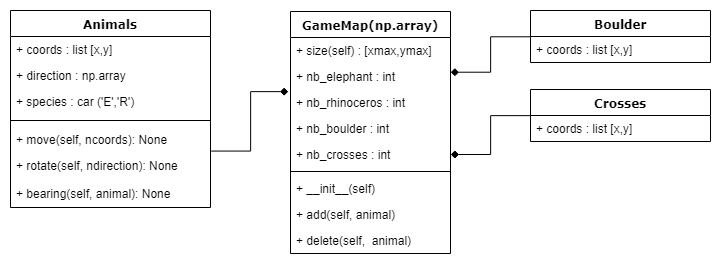
Above: Files/Siam.png in Teusner/Siam_Realm (draw.io), before the change. Source tidied: cells renumbered, new cells last; positions are measured from the earlier drawing's top-left corner, leaving out a move shared by most shapes.
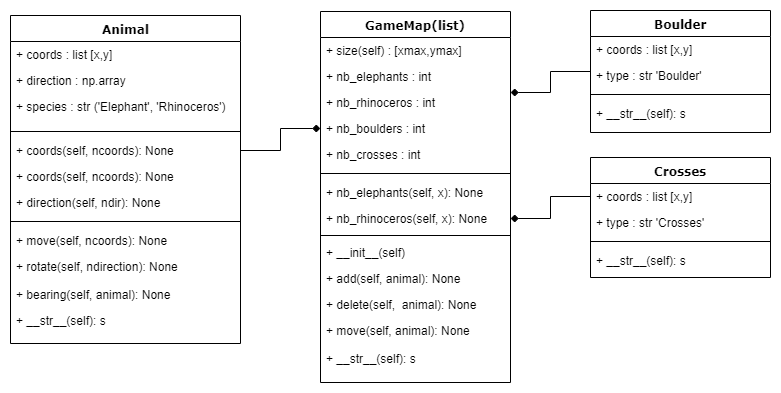
Later version of the same file.

Diff of the diagram source:
```diff
@@ -2,83 +2,133 @@
   <root>
     <mxCell id="0" />
     <mxCell id="1" parent="0" />
-    <mxCell id="2" value="Animals" style="swimlane;html=1;fontStyle=1;align=center;verticalAlign=top;horizontal=1;startSize=26;swimlaneFillColor=#ffffff;rounded=0;shadow=0;comic=0;labelBackgroundColor=none;strokeColor=#000000;strokeWidth=1;fillColor=none;fontFamily=Verdana;fontSize=12;fontColor=#000000;" parent="1" vertex="1">
-      <mxGeometry width="200" height="197" as="geometry" />
+    <mxCell id="2" value="Animal" style="swimlane;html=1;fontStyle=1;align=center;verticalAlign=top;horizontal=1;startSize=26;swimlaneFillColor=#ffffff;rounded=0;shadow=0;comic=0;labelBackgroundColor=none;strokeColor=#000000;strokeWidth=1;fillColor=none;fontFamily=Verdana;fontSize=12;fontColor=#000000;" parent="1" vertex="1">
+      <mxGeometry x="-60" y="5" width="230" height="328" as="geometry" />
     </mxCell>
     <mxCell id="3" value="+ coords : list [x,y]" style="text;html=1;strokeColor=none;fillColor=none;align=left;verticalAlign=top;spacingLeft=4;spacingRight=4;whiteSpace=wrap;overflow=hidden;" parent="2" vertex="1">
-      <mxGeometry y="26" width="200" height="26" as="geometry" />
+      <mxGeometry y="26" width="230" height="26" as="geometry" />
     </mxCell>
     <mxCell id="4" value="+ direction : np.array&lt;br&gt;" style="text;html=1;strokeColor=none;fillColor=none;align=left;verticalAlign=top;spacingLeft=4;spacingRight=4;whiteSpace=wrap;overflow=hidden;" parent="2" vertex="1">
-      <mxGeometry y="52" width="200" height="26" as="geometry" />
+      <mxGeometry y="52" width="230" height="26" as="geometry" />
     </mxCell>
-    <mxCell id="5" value="+ species : car ('E','R')" style="text;html=1;strokeColor=none;fillColor=none;align=left;verticalAlign=top;spacingLeft=4;spacingRight=4;whiteSpace=wrap;overflow=hidden;" parent="2" vertex="1">
-      <mxGeometry y="78" width="200" height="26" as="geometry" />
+    <mxCell id="5" value="+ species : str ('Elephant', 'Rhinoceros')" style="text;html=1;strokeColor=none;fillColor=none;align=left;verticalAlign=top;spacingLeft=4;spacingRight=4;whiteSpace=wrap;overflow=hidden;" parent="2" vertex="1">
+      <mxGeometry y="78" width="230" height="32" as="geometry" />
     </mxCell>
     <mxCell id="6" style="line;html=1;strokeWidth=1;fillColor=none;align=left;verticalAlign=middle;spacingTop=-1;spacingLeft=3;spacingRight=3;labelPosition=right;" parent="2" vertex="1">
-      <mxGeometry y="104" width="200" height="12" as="geometry" />
+      <mxGeometry y="110" width="230" height="12" as="geometry" />
     </mxCell>
+    <mxCell id="27" value="+ coords(self, ncoords): None" style="text;html=1;strokeColor=none;fillColor=none;align=left;verticalAlign=top;spacingLeft=4;spacingRight=4;whiteSpace=wrap;overflow=hidden;points=[[0,0.5],[1,0.5]];portConstraint=eastwest;" parent="2" vertex="1">
+      <mxGeometry y="122" width="230" height="26" as="geometry" />
+    </mxCell>
+    <mxCell id="28" value="+ coords(self, ncoords): None" style="text;html=1;strokeColor=none;fillColor=none;align=left;verticalAlign=top;spacingLeft=4;spacingRight=4;whiteSpace=wrap;overflow=hidden;" parent="2" vertex="1">
+      <mxGeometry y="148" width="230" height="26" as="geometry" />
+    </mxCell>
+    <mxCell id="29" value="+ direction(self, ndir): None" style="text;html=1;strokeColor=none;fillColor=none;align=left;verticalAlign=top;spacingLeft=4;spacingRight=4;whiteSpace=wrap;overflow=hidden;" parent="2" vertex="1">
+      <mxGeometry y="174" width="230" height="26" as="geometry" />
+    </mxCell>
+    <mxCell id="30" style="line;html=1;strokeWidth=1;fillColor=none;align=left;verticalAlign=middle;spacingTop=-1;spacingLeft=3;spacingRight=3;labelPosition=right;" parent="2" vertex="1">
+      <mxGeometry y="200" width="230" height="12" as="geometry" />
+    </mxCell>
     <mxCell id="7" value="+ move(self, ncoords): None" style="text;html=1;strokeColor=none;fillColor=none;align=left;verticalAlign=top;spacingLeft=4;spacingRight=4;whiteSpace=wrap;overflow=hidden;" parent="2" vertex="1">
-      <mxGeometry y="116" width="200" height="26" as="geometry" />
+      <mxGeometry y="212" width="230" height="26" as="geometry" />
     </mxCell>
     <mxCell id="8" value="+ rotate(self, ndirection): None" style="text;html=1;strokeColor=none;fillColor=none;align=left;verticalAlign=top;spacingLeft=4;spacingRight=4;whiteSpace=wrap;overflow=hidden;points=[[0,0.5],[1,0.5]];portConstraint=eastwest;" parent="2" vertex="1">
-      <mxGeometry y="142" width="200" height="28" as="geometry" />
+      <mxGeometry y="238" width="230" height="28" as="geometry" />
     </mxCell>
     <mxCell id="9" value="+ bearing(self, animal): None" style="text;html=1;strokeColor=none;fillColor=none;align=left;verticalAlign=top;spacingLeft=4;spacingRight=4;whiteSpace=wrap;overflow=hidden;" parent="2" vertex="1">
-      <mxGeometry y="170" width="200" height="26" as="geometry" />
+      <mxGeometry y="266" width="230" height="26" as="geometry" />
     </mxCell>
+    <mxCell id="31" value="+ __str__(self): s" style="text;html=1;strokeColor=none;fillColor=none;align=left;verticalAlign=top;spacingLeft=4;spacingRight=4;whiteSpace=wrap;overflow=hidden;" parent="2" vertex="1">
+      <mxGeometry y="292" width="230" height="26" as="geometry" />
+    </mxCell>
-    <mxCell id="10" value="GameMap(np.array)" style="swimlane;html=1;fontStyle=1;align=center;verticalAlign=top;horizontal=1;startSize=26;swimlaneFillColor=#ffffff;rounded=0;shadow=0;comic=0;labelBackgroundColor=none;strokeColor=#000000;strokeWidth=1;fillColor=none;fontFamily=Verdana;fontSize=12;fontColor=#000000;" parent="1" vertex="1">
-      <mxGeometry x="280" y="1" width="160" height="242" as="geometry" />
+    <mxCell id="10" value="GameMap(list)" style="swimlane;html=1;fontStyle=1;align=center;verticalAlign=top;horizontal=1;startSize=26;swimlaneFillColor=#ffffff;rounded=0;shadow=0;comic=0;labelBackgroundColor=none;strokeColor=#000000;strokeWidth=1;fillColor=none;fontFamily=Verdana;fontSize=12;fontColor=#000000;" parent="1" vertex="1">
+      <mxGeometry x="250" y="1" width="190" height="371" as="geometry" />
     </mxCell>
     <mxCell id="11" value="+ size(self) : [xmax,ymax]" style="text;html=1;strokeColor=none;fillColor=none;align=left;verticalAlign=top;spacingLeft=4;spacingRight=4;whiteSpace=wrap;overflow=hidden;" parent="10" vertex="1">
-      <mxGeometry y="26" width="160" height="26" as="geometry" />
+      <mxGeometry y="26" width="190" height="26" as="geometry" />
     </mxCell>
-    <mxCell id="12" value="+ nb_elephant : int&lt;br&gt;" style="text;html=1;strokeColor=none;fillColor=none;align=left;verticalAlign=top;spacingLeft=4;spacingRight=4;whiteSpace=wrap;overflow=hidden;points=[[0,0.5],[1,0.5]];portConstraint=eastwest;" parent="10" vertex="1">
-      <mxGeometry y="52" width="160" height="26" as="geometry" />
+    <mxCell id="12" value="+ nb_elephants : int&lt;br&gt;" style="text;html=1;strokeColor=none;fillColor=none;align=left;verticalAlign=top;spacingLeft=4;spacingRight=4;whiteSpace=wrap;overflow=hidden;points=[[0,0.5],[1,0.5]];portConstraint=eastwest;" parent="10" vertex="1">
+      <mxGeometry y="52" width="190" height="26" as="geometry" />
     </mxCell>
     <mxCell id="13" value="+ nb_rhinoceros : int" style="text;html=1;strokeColor=none;fillColor=none;align=left;verticalAlign=top;spacingLeft=4;spacingRight=4;whiteSpace=wrap;overflow=hidden;points=[[0,0.5],[1,0.5]];portConstraint=eastwest;" parent="10" vertex="1">
-      <mxGeometry y="78" width="160" height="26" as="geometry" />
+      <mxGeometry y="78" width="190" height="26" as="geometry" />
     </mxCell>
-    <mxCell id="14" value="+ nb_boulder : int" style="text;html=1;strokeColor=none;fillColor=none;align=left;verticalAlign=top;spacingLeft=4;spacingRight=4;whiteSpace=wrap;overflow=hidden;points=[[0,0.5],[1,0.5]];portConstraint=eastwest;" parent="10" vertex="1">
-      <mxGeometry y="104" width="160" height="26" as="geometry" />
+    <mxCell id="14" value="+ nb_boulders : int" style="text;html=1;strokeColor=none;fillColor=none;align=left;verticalAlign=top;spacingLeft=4;spacingRight=4;whiteSpace=wrap;overflow=hidden;points=[[0,0.5],[1,0.5]];portConstraint=eastwest;" parent="10" vertex="1">
+      <mxGeometry y="104" width="190" height="26" as="geometry" />
     </mxCell>
     <mxCell id="15" value="+ nb_crosses : int" style="text;html=1;strokeColor=none;fillColor=none;align=left;verticalAlign=top;spacingLeft=4;spacingRight=4;whiteSpace=wrap;overflow=hidden;points=[[0,0.5],[1,0.5]];portConstraint=eastwest;" parent="10" vertex="1">
-      <mxGeometry y="130" width="160" height="26" as="geometry" />
+      <mxGeometry y="130" width="190" height="26" as="geometry" />
     </mxCell>
+    <mxCell id="32" style="line;html=1;strokeWidth=1;fillColor=none;align=left;verticalAlign=middle;spacingTop=-1;spacingLeft=3;spacingRight=3;labelPosition=right;" parent="10" vertex="1">
+      <mxGeometry y="156" width="190" height="12" as="geometry" />
+    </mxCell>
+    <mxCell id="33" value="+ nb_elephants(self, x): None" style="text;html=1;strokeColor=none;fillColor=none;align=left;verticalAlign=top;spacingLeft=4;spacingRight=4;whiteSpace=wrap;overflow=hidden;" parent="10" vertex="1">
+      <mxGeometry y="168" width="190" height="26" as="geometry" />
+    </mxCell>
+    <mxCell id="34" value="+ nb_rhinoceros(self, x): None" style="text;html=1;strokeColor=none;fillColor=none;align=left;verticalAlign=top;spacingLeft=4;spacingRight=4;whiteSpace=wrap;overflow=hidden;points=[[0,0.5],[1,0.5]];portConstraint=eastwest;" parent="10" vertex="1">
+      <mxGeometry y="194" width="190" height="26" as="geometry" />
+    </mxCell>
     <mxCell id="16" style="line;html=1;strokeWidth=1;fillColor=none;align=left;verticalAlign=middle;spacingTop=-1;spacingLeft=3;spacingRight=3;labelPosition=right;" parent="10" vertex="1">
-      <mxGeometry y="156" width="160" height="8" as="geometry" />
+      <mxGeometry y="220" width="190" height="8" as="geometry" />
     </mxCell>
     <mxCell id="17" value="+ __init__(self)" style="text;html=1;strokeColor=none;fillColor=none;align=left;verticalAlign=top;spacingLeft=4;spacingRight=4;whiteSpace=wrap;overflow=hidden;" parent="10" vertex="1">
-      <mxGeometry y="164" width="160" height="26" as="geometry" />
+      <mxGeometry y="228" width="190" height="26" as="geometry" />
     </mxCell>
-    <mxCell id="18" value="+ add(self, animal)" style="text;html=1;strokeColor=none;fillColor=none;align=left;verticalAlign=top;spacingLeft=4;spacingRight=4;whiteSpace=wrap;overflow=hidden;" parent="10" vertex="1">
-      <mxGeometry y="190" width="160" height="26" as="geometry" />
+    <mxCell id="18" value="+ add(self, animal): None" style="text;html=1;strokeColor=none;fillColor=none;align=left;verticalAlign=top;spacingLeft=4;spacingRight=4;whiteSpace=wrap;overflow=hidden;" parent="10" vertex="1">
+      <mxGeometry y="254" width="190" height="26" as="geometry" />
     </mxCell>
-    <mxCell id="19" value="+ delete(self,&amp;nbsp; animal)" style="text;html=1;strokeColor=none;fillColor=none;align=left;verticalAlign=top;spacingLeft=4;spacingRight=4;whiteSpace=wrap;overflow=hidden;" parent="10" vertex="1">
-      <mxGeometry y="216" width="160" height="26" as="geometry" />
+    <mxCell id="19" value="+ delete(self,&amp;nbsp; animal): None" style="text;html=1;strokeColor=none;fillColor=none;align=left;verticalAlign=top;spacingLeft=4;spacingRight=4;whiteSpace=wrap;overflow=hidden;" parent="10" vertex="1">
+      <mxGeometry y="280" width="190" height="26" as="geometry" />
     </mxCell>
+    <mxCell id="35" value="+ move(self, animal): None" style="text;html=1;strokeColor=none;fillColor=none;align=left;verticalAlign=top;spacingLeft=4;spacingRight=4;whiteSpace=wrap;overflow=hidden;" parent="10" vertex="1">
+      <mxGeometry y="306" width="190" height="28" as="geometry" />
+    </mxCell>
+    <mxCell id="36" value="+ __str__(self): s" style="text;html=1;strokeColor=none;fillColor=none;align=left;verticalAlign=top;spacingLeft=4;spacingRight=4;whiteSpace=wrap;overflow=hidden;" parent="10" vertex="1">
+      <mxGeometry y="334" width="190" height="26" as="geometry" />
+    </mxCell>
-    <mxCell id="20" style="edgeStyle=orthogonalEdgeStyle;rounded=0;jettySize=auto;html=1;exitX=0;exitY=0.5;exitDx=0;exitDy=0;entryX=1;entryY=0.335;entryDx=0;entryDy=0;endArrow=diamond;endFill=1;entryPerimeter=0;" parent="1" edge="1" source="21" target="12">
-      <mxGeometry relative="1" as="geometry" />
+    <mxCell id="20" style="edgeStyle=orthogonalEdgeStyle;rounded=0;jettySize=auto;html=1;exitX=0;exitY=0.5;exitDx=0;exitDy=0;endArrow=diamond;endFill=1;" parent="1" edge="1" source="21">
+      <mxGeometry relative="1" as="geometry">
+        <mxPoint x="440" y="82" as="targetPoint" />
+      </mxGeometry>
     </mxCell>
     <mxCell id="21" value="Boulder" style="swimlane;html=1;fontStyle=1;align=center;verticalAlign=top;horizontal=1;startSize=26;swimlaneFillColor=#ffffff;rounded=0;shadow=0;comic=0;labelBackgroundColor=none;strokeColor=#000000;strokeWidth=1;fillColor=none;fontFamily=Verdana;fontSize=12;fontColor=#000000;" parent="1" vertex="1">
-      <mxGeometry x="520" width="180" height="52" as="geometry" />
+      <mxGeometry x="520" width="180" height="122" as="geometry" />
     </mxCell>
     <mxCell id="22" value="+ coords : list [x,y]" style="text;html=1;strokeColor=none;fillColor=none;align=left;verticalAlign=top;spacingLeft=4;spacingRight=4;whiteSpace=wrap;overflow=hidden;" parent="21" vertex="1">
       <mxGeometry y="26" width="180" height="26" as="geometry" />
     </mxCell>
+    <mxCell id="37" value="+ type : str 'Boulder'&lt;br&gt;" style="text;html=1;strokeColor=none;fillColor=none;align=left;verticalAlign=top;spacingLeft=4;spacingRight=4;whiteSpace=wrap;overflow=hidden;" parent="21" vertex="1">
+      <mxGeometry y="52" width="180" height="26" as="geometry" />
+    </mxCell>
+    <mxCell id="38" style="line;html=1;strokeWidth=1;fillColor=none;align=left;verticalAlign=middle;spacingTop=-1;spacingLeft=3;spacingRight=3;labelPosition=right;" parent="21" vertex="1">
+      <mxGeometry y="78" width="180" height="12" as="geometry" />
+    </mxCell>
+    <mxCell id="39" value="+ __str__(self): s" style="text;html=1;strokeColor=none;fillColor=none;align=left;verticalAlign=top;spacingLeft=4;spacingRight=4;whiteSpace=wrap;overflow=hidden;" parent="21" vertex="1">
+      <mxGeometry y="90" width="180" height="26" as="geometry" />
+    </mxCell>
     <mxCell id="23" value="Crosses" style="swimlane;html=1;fontStyle=1;align=center;verticalAlign=top;horizontal=1;startSize=26;swimlaneFillColor=#ffffff;rounded=0;shadow=0;comic=0;labelBackgroundColor=none;strokeColor=#000000;strokeWidth=1;fillColor=none;fontFamily=Verdana;fontSize=12;fontColor=#000000;" parent="1" vertex="1">
-      <mxGeometry x="520" y="79" width="180" height="52" as="geometry" />
+      <mxGeometry x="520" y="147" width="180" height="120" as="geometry" />
     </mxCell>
     <mxCell id="24" value="+ coords : list [x,y]" style="text;html=1;strokeColor=none;fillColor=none;align=left;verticalAlign=top;spacingLeft=4;spacingRight=4;whiteSpace=wrap;overflow=hidden;points=[[0,0.5],[1,0.5]];portConstraint=eastwest;" parent="23" vertex="1">
       <mxGeometry y="26" width="180" height="26" as="geometry" />
     </mxCell>
+    <mxCell id="40" value="+ type : str 'Crosses'" style="text;html=1;strokeColor=none;fillColor=none;align=left;verticalAlign=top;spacingLeft=4;spacingRight=4;whiteSpace=wrap;overflow=hidden;" parent="23" vertex="1">
+      <mxGeometry y="52" width="180" height="26" as="geometry" />
+    </mxCell>
+    <mxCell id="41" style="line;html=1;strokeWidth=1;fillColor=none;align=left;verticalAlign=middle;spacingTop=-1;spacingLeft=3;spacingRight=3;labelPosition=right;" parent="23" vertex="1">
+      <mxGeometry y="78" width="180" height="12" as="geometry" />
+    </mxCell>
+    <mxCell id="42" value="+ __str__(self): s" style="text;html=1;strokeColor=none;fillColor=none;align=left;verticalAlign=top;spacingLeft=4;spacingRight=4;whiteSpace=wrap;overflow=hidden;" parent="23" vertex="1">
+      <mxGeometry y="90" width="180" height="26" as="geometry" />
+    </mxCell>
-    <mxCell id="25" style="edgeStyle=orthogonalEdgeStyle;rounded=0;jettySize=auto;html=1;exitX=0;exitY=0.5;exitDx=0;exitDy=0;entryX=1;entryY=0.5;entryDx=0;entryDy=0;endArrow=diamond;endFill=1;" parent="1" edge="1" source="23" target="15">
+    <mxCell id="25" style="edgeStyle=orthogonalEdgeStyle;rounded=0;jettySize=auto;html=1;exitX=0;exitY=0.5;exitDx=0;exitDy=0;entryX=1;entryY=0.5;entryDx=0;entryDy=0;endArrow=diamond;endFill=1;" parent="1" edge="1" source="24" target="34">
       <mxGeometry relative="1" as="geometry" />
     </mxCell>
-    <mxCell id="26" style="edgeStyle=orthogonalEdgeStyle;rounded=0;jettySize=auto;html=1;entryX=-0.012;entryY=0.082;entryDx=0;entryDy=0;endArrow=diamond;endFill=1;entryPerimeter=0;exitX=1.004;exitY=-0.051;exitDx=0;exitDy=0;exitPerimeter=0;" parent="1" edge="1" source="8" target="13">
+    <mxCell id="26" style="edgeStyle=orthogonalEdgeStyle;rounded=0;jettySize=auto;html=1;entryX=0;entryY=0.5;entryDx=0;entryDy=0;endArrow=diamond;endFill=1;exitX=1;exitY=0.5;exitDx=0;exitDy=0;" parent="1" edge="1" source="27" target="14">
       <mxGeometry relative="1" as="geometry">
         <Array as="points">
-          <mxPoint x="240" y="141" />
-          <mxPoint x="240" y="81" />
+          <mxPoint x="210" y="140" />
+          <mxPoint x="210" y="118" />
         </Array>
       </mxGeometry>
     </mxCell>
```
